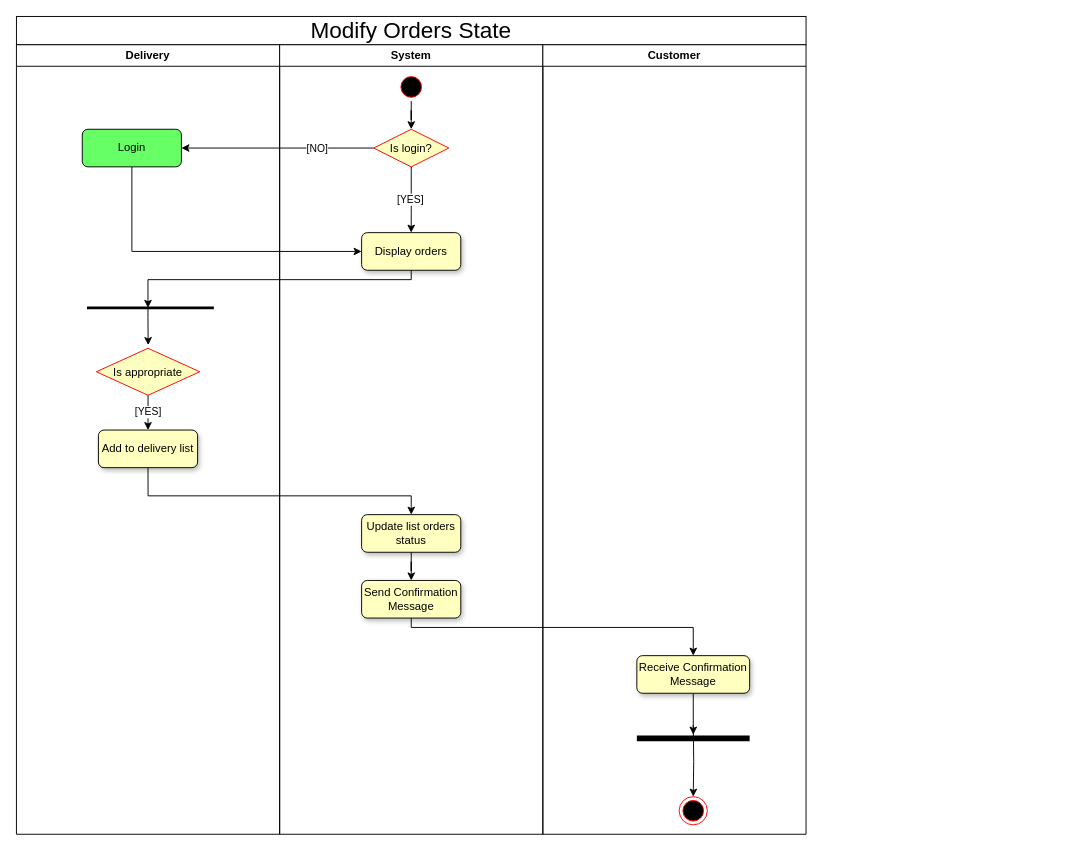
The draw.io diagram UML/activity diagram and scenario/Delivery Modifies Orders State/Modify Orders State activity diagram.drawio in eltohamy3/Ecommerce-System-analysis_project, before the edit. Source tidied: cells renumbered, new cells numbered last; positions are measured from the earlier drawing's top-left corner, leaving out a move shared by most shapes. Both pictures are drawn from the tidied source at 94%, with x=0, y=0 at pixel (16, 16).
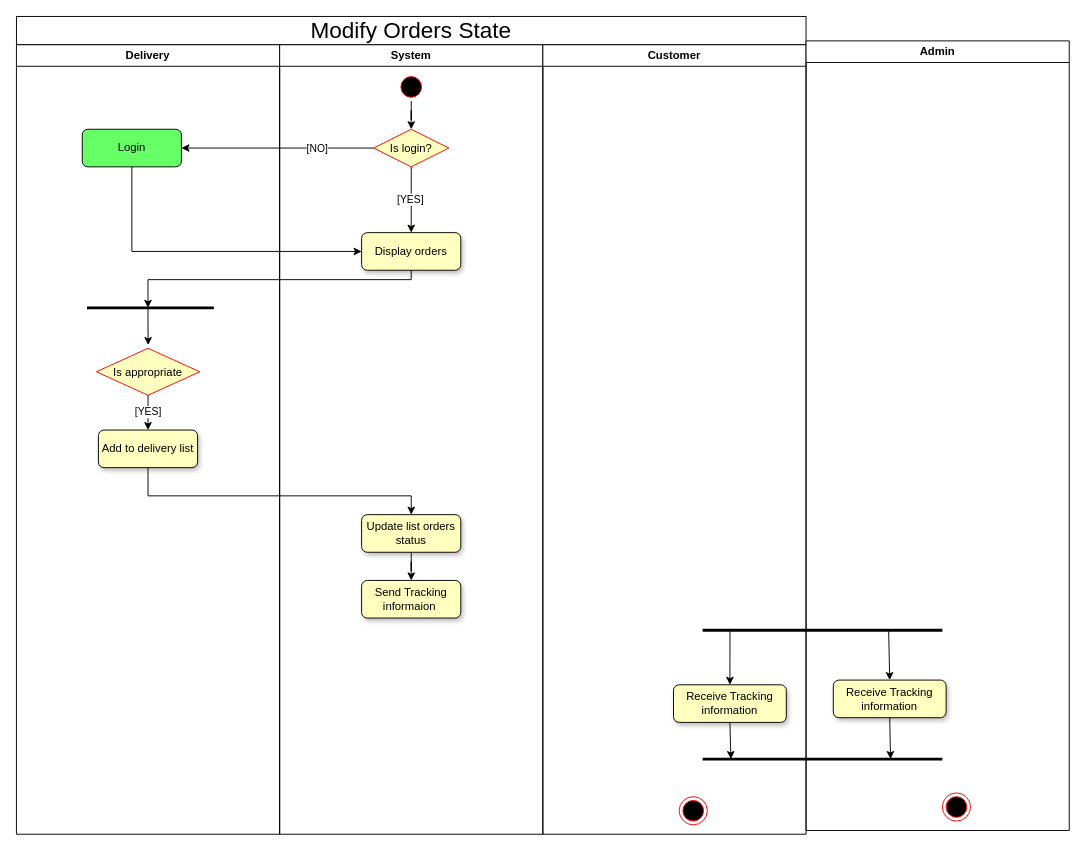
After the change.

Commit message (it also covers changes not shown here):
modify order state activity diagram updated

The change refers to these unchanged cells:
```xml
<mxCell id="9" value="System" style="swimlane;whiteSpace=wrap;fillColor=#FFFFFF;" parent="1" vertex="1">
  <mxGeometry x="280" y="30" width="280" height="840" as="geometry" />
</mxCell>
<mxCell id="21" value="Customer" style="swimlane;whiteSpace=wrap;fillColor=#FFFFFF;" parent="1" vertex="1">
  <mxGeometry x="560" y="30" width="280" height="840" as="geometry" />
</mxCell>
<mxCell id="23" style="ellipse;shape=endState;fillColor=#000000;strokeColor=#ff0000;" parent="21" vertex="1">
  <mxGeometry x="145" y="800" width="30" height="30" as="geometry" />
</mxCell>
```

Diff of the diagram source:
```diff
@@
-    <mxCell id="13" value="Send Confirmation Message" style="rounded=1;whiteSpace=wrap;html=1;fillColor=#FFFFC0;shadow=1;" parent="9" vertex="1">
+    <mxCell id="13" value="Send Tracking informaion&amp;nbsp;" style="rounded=1;whiteSpace=wrap;html=1;fillColor=#FFFFC0;shadow=1;" parent="9" vertex="1">
       <mxGeometry x="87.2" y="570" width="105.5" height="40" as="geometry" />
     </mxCell>
@@
-    <mxCell id="22" style="edgeStyle=orthogonalEdgeStyle;rounded=0;jettySize=auto;html=1;fillColor=#FFFFC0;" parent="21" edge="1" target="23">
-      <mxGeometry relative="1" as="geometry">
-        <mxPoint x="160" y="724" as="sourcePoint" />
-      </mxGeometry>
-    </mxCell>
@@
-    <mxCell id="24" style="edgeStyle=orthogonalEdgeStyle;rounded=0;jettySize=auto;html=1;exitX=0.5;exitY=1;exitDx=0;exitDy=0;fillColor=#FFFFC0;" parent="21" edge="1" source="25">
-      <mxGeometry relative="1" as="geometry">
-        <mxPoint x="160" y="734" as="targetPoint" />
-      </mxGeometry>
-    </mxCell>
-    <mxCell id="25" value="Receive Confirmation Message" style="rounded=1;whiteSpace=wrap;html=1;fillColor=#FFFFC0;shadow=1;" parent="21" vertex="1">
-      <mxGeometry x="100" y="650" width="120" height="40" as="geometry" />
+    <mxCell id="25" value="Receive Tracking information" style="rounded=1;whiteSpace=wrap;html=1;fillColor=#FFFFC0;shadow=1;" parent="21" vertex="1">
+      <mxGeometry x="139" y="681" width="120" height="40" as="geometry" />
     </mxCell>
-    <mxCell id="26" style="line;strokeWidth=6;fillColor=#FFFFC0;align=left;verticalAlign=middle;spacingTop=-1;spacingLeft=3;spacingRight=3;labelPosition=right;strokeColor=inherit;" parent="21" vertex="1">
-      <mxGeometry x="100" y="734" width="120" height="8" as="geometry" />
-    </mxCell>
-    <mxCell id="27" style="edgeStyle=orthogonalEdgeStyle;rounded=0;jettySize=auto;html=1;entryX=0.5;entryY=0;entryDx=0;entryDy=0;fillColor=#FFFFC0;" parent="1" edge="1" source="13" target="25">
-      <mxGeometry relative="1" as="geometry">
-        <Array as="points">
-          <mxPoint x="420" y="650" />
-          <mxPoint x="720" y="650" />
-        </Array>
-      </mxGeometry>
-    </mxCell>
@@
+    <mxCell id="32" value="Admin" style="swimlane;whiteSpace=wrap;fillColor=#FFFFFF;" parent="1" vertex="1">
+      <mxGeometry x="840" y="26" width="280" height="840" as="geometry" />
+    </mxCell>
+    <mxCell id="33" style="ellipse;shape=endState;fillColor=#000000;strokeColor=#ff0000;" parent="32" vertex="1">
+      <mxGeometry x="145" y="800" width="30" height="30" as="geometry" />
+    </mxCell>
+    <mxCell id="34" value="Receive Tracking information" style="rounded=1;whiteSpace=wrap;html=1;fillColor=#FFFFC0;shadow=1;" parent="32" vertex="1">
+      <mxGeometry x="29" y="680" width="120" height="40" as="geometry" />
+    </mxCell>
+    <mxCell id="35" style="line;strokeWidth=3;fillColor=#FFFFC0;align=left;verticalAlign=middle;spacingTop=-1;spacingLeft=3;spacingRight=3;labelPosition=right;points=[];portConstraint=eastwest;strokeColor=inherit;" parent="32" vertex="1">
+      <mxGeometry x="-110" y="617" width="255" height="20" as="geometry" />
+    </mxCell>
+    <mxCell id="36" style="line;strokeWidth=3;fillColor=#FFFFC0;align=left;verticalAlign=middle;spacingTop=-1;spacingLeft=3;spacingRight=3;labelPosition=right;points=[];portConstraint=eastwest;strokeColor=inherit;" parent="32" vertex="1">
+      <mxGeometry x="-110" y="760" width="255" height="8" as="geometry" />
+    </mxCell>
+    <mxCell id="37" style="endArrow=classic;html=1;rounded=0;entryX=0.5;entryY=0;entryDx=0;entryDy=0;exitX=0.776;exitY=0.55;exitDx=0;exitDy=0;exitPerimeter=0;" parent="32" edge="1" source="35" target="34">
+      <mxGeometry relative="1" as="geometry" />
+    </mxCell>
+    <mxCell id="38" style="endArrow=classic;html=1;rounded=0;entryX=0.784;entryY=0.5;entryDx=0;entryDy=0;exitX=0.5;exitY=1;exitDx=0;exitDy=0;entryPerimeter=0;" parent="32" edge="1" source="34" target="36">
+      <mxGeometry relative="1" as="geometry" />
+    </mxCell>
+    <mxCell id="39" style="endArrow=classic;html=1;rounded=0;exitX=0.114;exitY=0.45;exitDx=0;exitDy=0;exitPerimeter=0;entryX=0.5;entryY=0;entryDx=0;entryDy=0;" parent="1" edge="1" source="35" target="25">
+      <mxGeometry relative="1" as="geometry" />
+    </mxCell>
+    <mxCell id="40" style="endArrow=classic;html=1;rounded=0;entryX=0.118;entryY=0.5;entryDx=0;entryDy=0;exitX=0.5;exitY=1;exitDx=0;exitDy=0;entryPerimeter=0;" parent="1" edge="1" source="25" target="36">
+      <mxGeometry relative="1" as="geometry" />
+    </mxCell>
```
